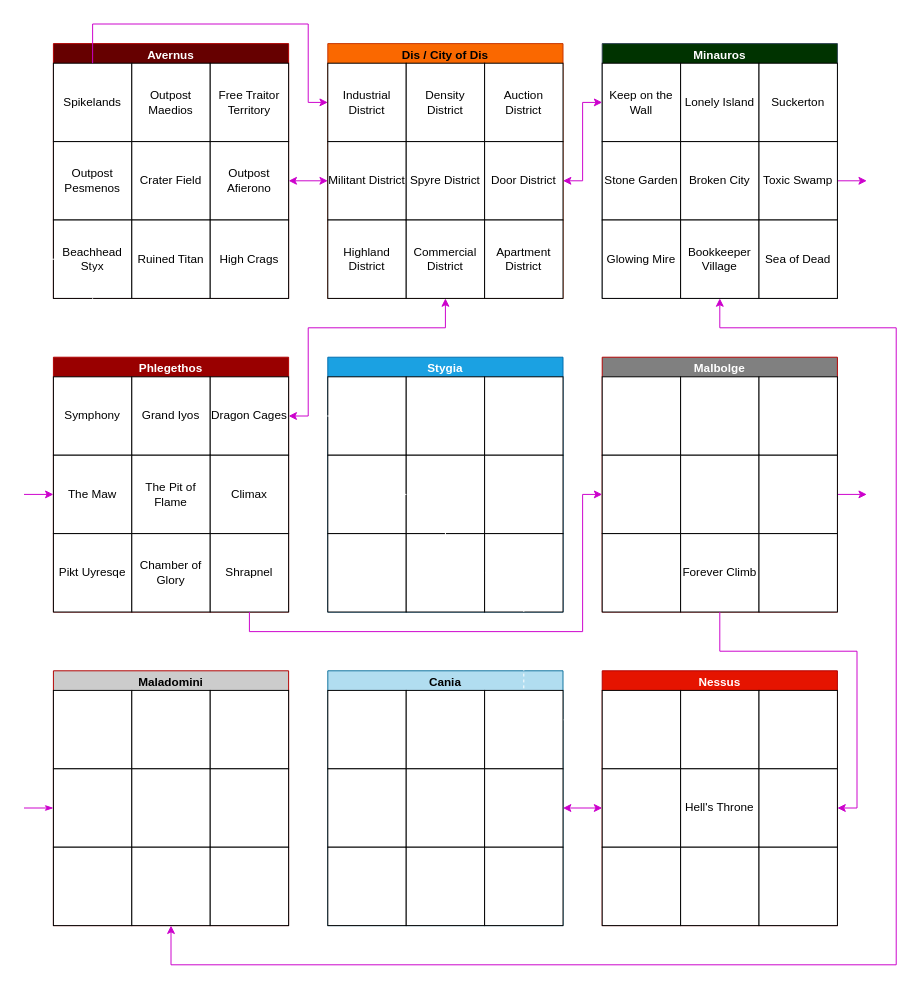
craftingcity/The-Known-World keeps this draw.io diagram as MEDIA/SUPP/baatorMap.drawio. Above is the earlier version. Source tidied: cells renumbered, new cells numbered last; positions are measured from the earlier drawing's top-left corner, leaving out a move shared by most shapes. Both pictures are drawn from the tidied source at 98%, with x=0, y=0 at pixel (24, 24).
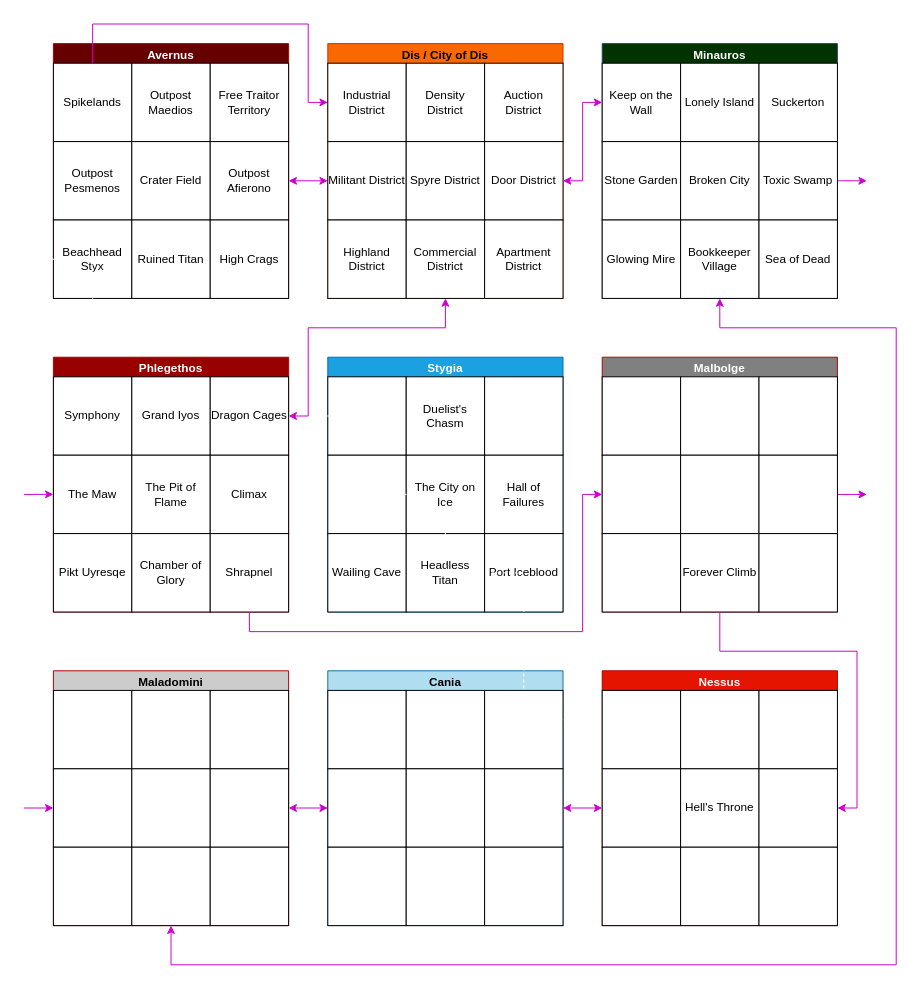
The same diagram, later.

The change refers to these unchanged cells:
```xml
<mxCell id="44" value="Stygia" style="swimlane;whiteSpace=wrap;html=1;fillColor=#1ba1e2;fontColor=#ffffff;strokeColor=#006EAF;" parent="1" vertex="1">
  <mxGeometry x="310" y="340" width="240" height="260" as="geometry" />
</mxCell>
<mxCell id="65" value="&lt;font style=&quot;color: rgb(0, 0, 0);&quot;&gt;Maladomini&lt;/font&gt;" style="swimlane;whiteSpace=wrap;html=1;fillColor=#CCCCCC;fontColor=#FFFFFF;strokeColor=#B20000;" parent="1" vertex="1">
  <mxGeometry x="30" y="660" width="240" height="260" as="geometry" />
</mxCell>
<mxCell id="70" style="whiteSpace=wrap;html=1;" parent="65" vertex="1">
  <mxGeometry y="100" width="80" height="80" as="geometry" />
</mxCell>
<mxCell id="73" style="whiteSpace=wrap;html=1;" parent="65" vertex="1">
  <mxGeometry x="160" y="100" width="80" height="80" as="geometry" />
</mxCell>
<mxCell id="80" style="whiteSpace=wrap;html=1;" parent="76" vertex="1">
  <mxGeometry y="100" width="80" height="80" as="geometry" />
</mxCell>
```

Change to the diagram source:
```diff
@@
-    <mxCell id="46" style="whiteSpace=wrap;html=1;" parent="44" vertex="1">
+    <mxCell id="46" value="Duelist's Chasm" style="whiteSpace=wrap;html=1;" parent="44" vertex="1">
       <mxGeometry x="80" y="20" width="80" height="80" as="geometry" />
     </mxCell>
@@
-    <mxCell id="49" style="whiteSpace=wrap;html=1;" parent="44" vertex="1">
+    <mxCell id="49" value="Wailing Cave" style="whiteSpace=wrap;html=1;" parent="44" vertex="1">
       <mxGeometry y="180" width="80" height="80" as="geometry" />
     </mxCell>
-    <mxCell id="50" style="whiteSpace=wrap;html=1;" parent="44" vertex="1">
+    <mxCell id="50" value="The City on Ice" style="whiteSpace=wrap;html=1;" parent="44" vertex="1">
       <mxGeometry x="80" y="100" width="80" height="80" as="geometry" />
     </mxCell>
-    <mxCell id="51" style="whiteSpace=wrap;html=1;" parent="44" vertex="1">
+    <mxCell id="51" value="Hall of Failures" style="whiteSpace=wrap;html=1;" parent="44" vertex="1">
       <mxGeometry x="160" y="100" width="80" height="80" as="geometry" />
     </mxCell>
-    <mxCell id="52" style="whiteSpace=wrap;html=1;" parent="44" vertex="1">
+    <mxCell id="52" value="Headless Titan" style="whiteSpace=wrap;html=1;" parent="44" vertex="1">
       <mxGeometry x="80" y="180" width="80" height="80" as="geometry" />
     </mxCell>
-    <mxCell id="53" style="whiteSpace=wrap;html=1;" parent="44" vertex="1">
+    <mxCell id="53" value="Port Iceblood" style="whiteSpace=wrap;html=1;" parent="44" vertex="1">
       <mxGeometry x="160" y="180" width="80" height="80" as="geometry" />
     </mxCell>
@@
-    <mxCell id="69" style="edgeStyle=orthogonalEdgeStyle;rounded=0;jettySize=auto;html=1;exitX=0;exitY=0.5;exitDx=0;exitDy=0;startArrow=classicThin;startFill=1;endArrow=none;strokeColor=#CC00CC;" parent="65" edge="1" source="70">
+    <mxCell id="69" style="edgeStyle=orthogonalEdgeStyle;rounded=0;jettySize=auto;html=1;exitX=0;exitY=0.5;exitDx=0;exitDy=0;startArrow=classic;startFill=1;endArrow=none;strokeColor=#CC00CC;" parent="65" edge="1" source="70">
       <mxGeometry relative="1" as="geometry">
         <mxPoint x="-30" y="140" as="targetPoint" />
       </mxGeometry>
     </mxCell>
@@
+    <mxCell id="105" style="edgeStyle=orthogonalEdgeStyle;rounded=0;jettySize=auto;html=1;exitX=1;exitY=0.5;exitDx=0;exitDy=0;entryX=0;entryY=0.5;entryDx=0;entryDy=0;startArrow=classic;startFill=1;strokeColor=#CC00CC;" parent="1" edge="1" source="73" target="80">
+      <mxGeometry relative="1" as="geometry" />
+    </mxCell>
```
